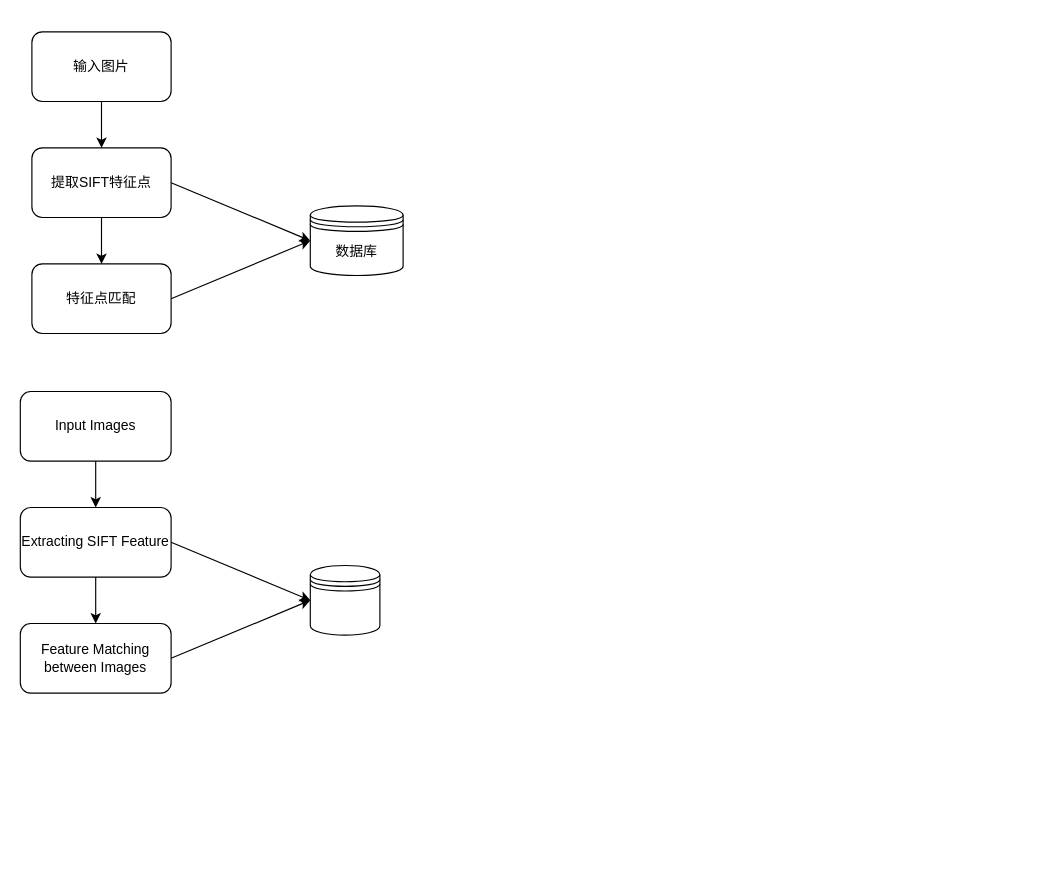
Before: Untitled Diagram1.drawio in TANHAIYU/DeepCalib, a draw.io diagram. Source tidied: cells renumbered, new cells numbered last; positions are measured from the earlier drawing's top-left corner, leaving out a move shared by most shapes. Both pictures are drawn from the tidied source at 116%, with x=0, y=0 at pixel (20, 31).
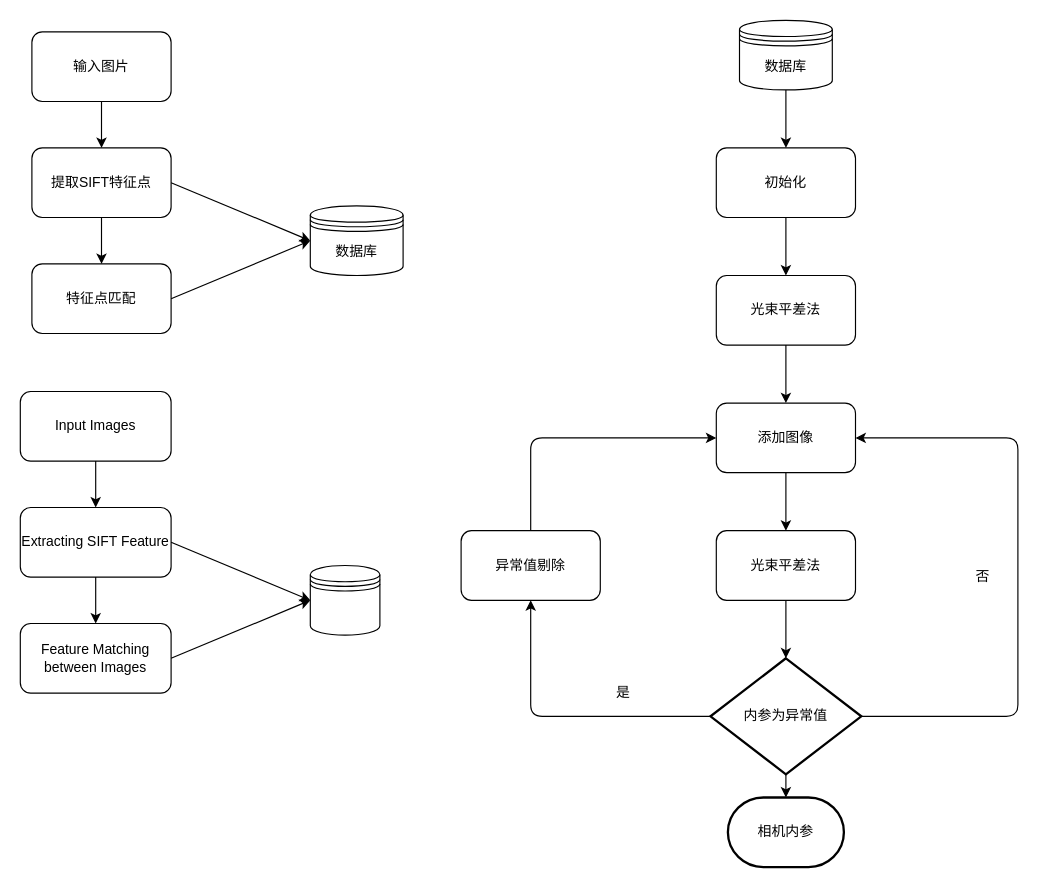
Above is the later version.

Diff of the diagram source:
```diff
@@
+    <mxCell id="18" value="数据库" style="shape=datastore;whiteSpace=wrap;html=1;" parent="1" vertex="1">
+      <mxGeometry x="620" y="-10" width="80" height="60" as="geometry" />
+    </mxCell>
+    <mxCell id="19" style="endArrow=classic;html=1;exitX=0.5;exitY=1;exitDx=0;exitDy=0;" parent="1" edge="1" source="18">
+      <mxGeometry relative="1" as="geometry">
+        <mxPoint x="660" y="100" as="targetPoint" />
+      </mxGeometry>
+    </mxCell>
+    <mxCell id="20" value="初始化" style="rounded=1;whiteSpace=wrap;html=1;" parent="1" vertex="1">
+      <mxGeometry x="600" y="100" width="120" height="60" as="geometry" />
+    </mxCell>
+    <mxCell id="21" value="添加图像" style="rounded=1;whiteSpace=wrap;html=1;" parent="1" vertex="1">
+      <mxGeometry x="600" y="320" width="120" height="60" as="geometry" />
+    </mxCell>
+    <mxCell id="22" value="光束平差法" style="rounded=1;whiteSpace=wrap;html=1;" parent="1" vertex="1">
+      <mxGeometry x="600" y="210" width="120" height="60" as="geometry" />
+    </mxCell>
+    <mxCell id="23" value="光束平差法" style="rounded=1;whiteSpace=wrap;html=1;" parent="1" vertex="1">
+      <mxGeometry x="600" y="430" width="120" height="60" as="geometry" />
+    </mxCell>
+    <mxCell id="24" value="内参为异常值" style="strokeWidth=2;html=1;shape=mxgraph.flowchart.decision;whiteSpace=wrap;" parent="1" vertex="1">
+      <mxGeometry x="595" y="540" width="130" height="100" as="geometry" />
+    </mxCell>
+    <mxCell id="25" style="endArrow=classic;html=1;exitX=0.5;exitY=1;exitDx=0;exitDy=0;entryX=0.5;entryY=0;entryDx=0;entryDy=0;" parent="1" edge="1" source="20" target="22">
+      <mxGeometry relative="1" as="geometry" />
+    </mxCell>
+    <mxCell id="26" style="endArrow=classic;html=1;exitX=0.5;exitY=1;exitDx=0;exitDy=0;entryX=0.5;entryY=0;entryDx=0;entryDy=0;" parent="1" edge="1" source="22" target="21">
+      <mxGeometry relative="1" as="geometry" />
+    </mxCell>
+    <mxCell id="27" style="endArrow=classic;html=1;exitX=0.5;exitY=1;exitDx=0;exitDy=0;" parent="1" edge="1" source="21" target="23">
+      <mxGeometry relative="1" as="geometry" />
+    </mxCell>
+    <mxCell id="28" style="endArrow=classic;html=1;exitX=0.5;exitY=1;exitDx=0;exitDy=0;entryX=0.5;entryY=0;entryDx=0;entryDy=0;entryPerimeter=0;" parent="1" edge="1" source="23" target="24">
+      <mxGeometry relative="1" as="geometry" />
+    </mxCell>
+    <mxCell id="29" style="endArrow=classic;html=1;exitX=0;exitY=0.5;exitDx=0;exitDy=0;exitPerimeter=0;" parent="1" edge="1" source="24">
+      <mxGeometry relative="1" as="geometry">
+        <mxPoint x="440" y="490" as="targetPoint" />
+        <Array as="points">
+          <mxPoint x="440" y="590" />
+        </Array>
+      </mxGeometry>
+    </mxCell>
+    <mxCell id="30" value="是" style="text;html=1;strokeColor=none;fillColor=none;align=center;verticalAlign=middle;whiteSpace=wrap;rounded=0;" parent="1" vertex="1">
+      <mxGeometry x="500" y="560" width="40" height="20" as="geometry" />
+    </mxCell>
+    <mxCell id="31" value="异常值剔除" style="rounded=1;whiteSpace=wrap;html=1;" parent="1" vertex="1">
+      <mxGeometry x="380" y="430" width="120" height="60" as="geometry" />
+    </mxCell>
+    <mxCell id="32" style="endArrow=classic;html=1;exitX=0.5;exitY=0;exitDx=0;exitDy=0;entryX=0;entryY=0.5;entryDx=0;entryDy=0;" parent="1" edge="1" source="31" target="21">
+      <mxGeometry relative="1" as="geometry">
+        <Array as="points">
+          <mxPoint x="440" y="350" />
+        </Array>
+      </mxGeometry>
+    </mxCell>
+    <mxCell id="33" style="endArrow=classic;html=1;exitX=1;exitY=0.5;exitDx=0;exitDy=0;exitPerimeter=0;entryX=1;entryY=0.5;entryDx=0;entryDy=0;" parent="1" edge="1" source="24" target="21">
+      <mxGeometry relative="1" as="geometry">
+        <Array as="points">
+          <mxPoint x="860" y="590" />
+          <mxPoint x="860" y="350" />
+        </Array>
+      </mxGeometry>
+    </mxCell>
+    <mxCell id="34" value="否" style="text;html=1;strokeColor=none;fillColor=none;align=center;verticalAlign=middle;whiteSpace=wrap;rounded=0;" parent="1" vertex="1">
+      <mxGeometry x="810" y="460" width="40" height="20" as="geometry" />
+    </mxCell>
+    <mxCell id="35" style="endArrow=classic;html=1;exitX=0.5;exitY=1;exitDx=0;exitDy=0;exitPerimeter=0;" parent="1" edge="1" source="24" target="36">
+      <mxGeometry relative="1" as="geometry" />
+    </mxCell>
+    <mxCell id="36" value="相机内参" style="strokeWidth=2;html=1;shape=mxgraph.flowchart.terminator;whiteSpace=wrap;" parent="1" vertex="1">
+      <mxGeometry x="610" y="660" width="100" height="60" as="geometry" />
+    </mxCell>
```
